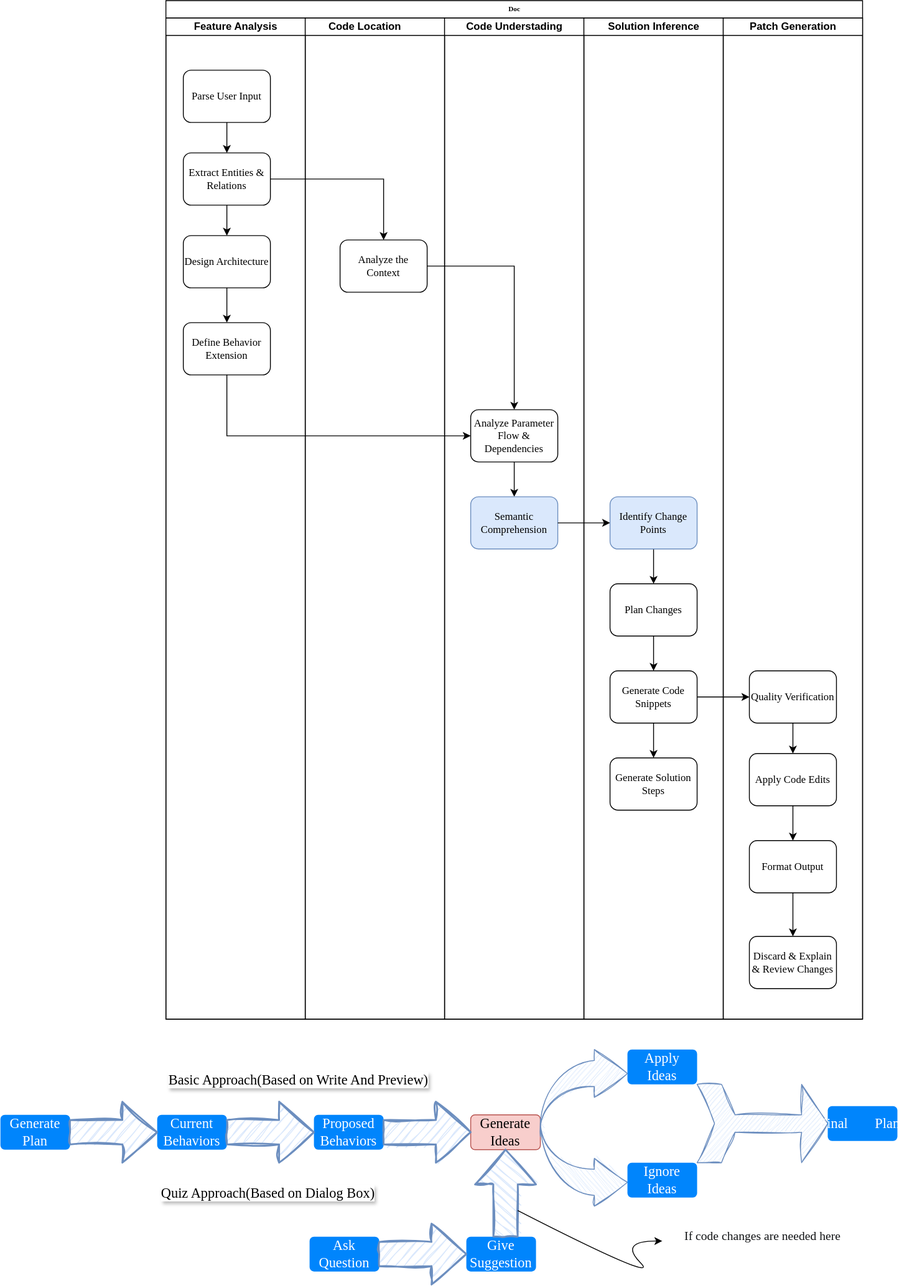
Earlier version of the draw.io export doc.svg (BullFrogDianDian/SoftEngineer). Source tidied: cells renumbered, new cells last; positions are measured from the earlier drawing's top-left corner, leaving out a move shared by most shapes.
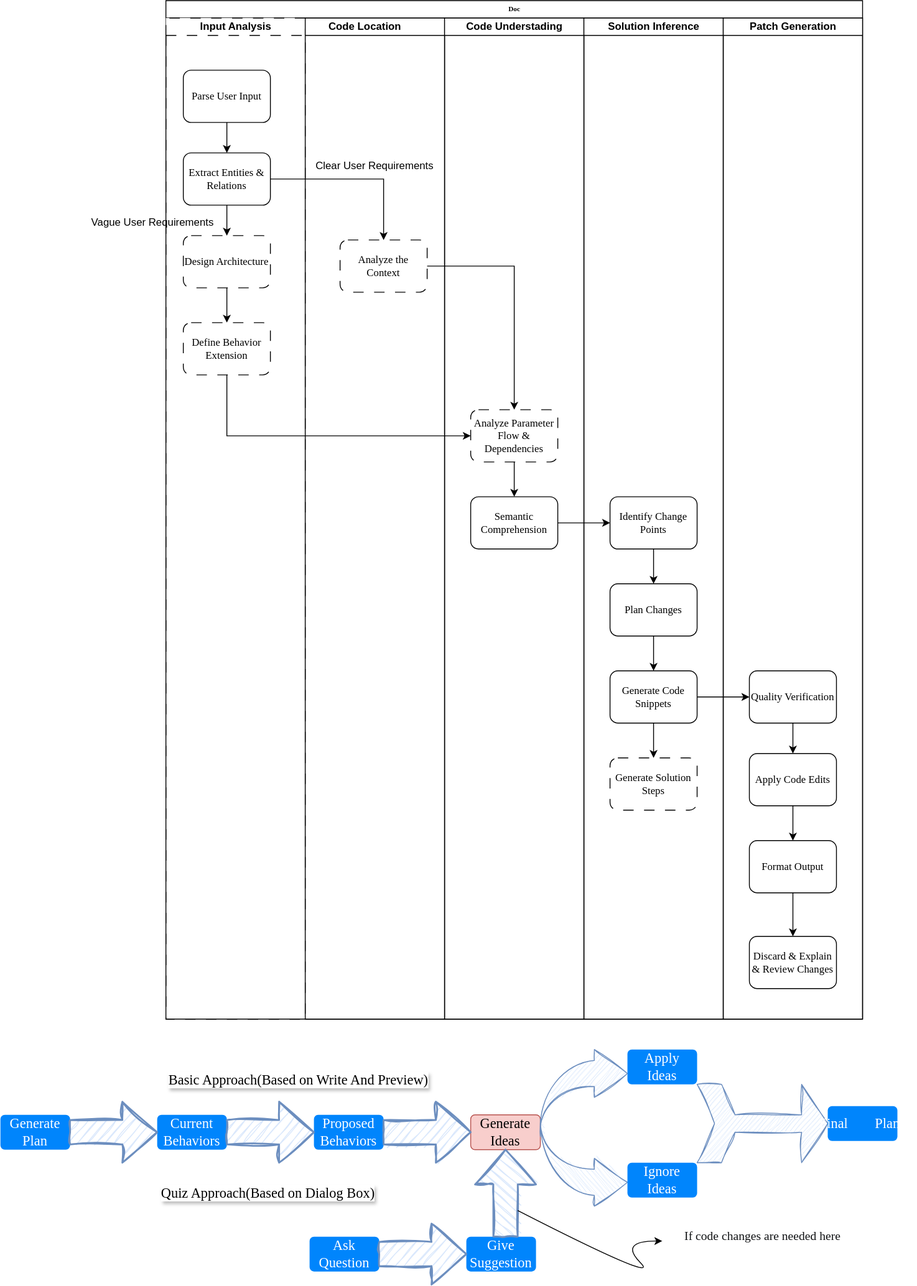
Later version of the same file.

The edit, as a diff of the source:
```diff
@@ -5,7 +5,7 @@
     <mxCell id="2" value="Doc" style="swimlane;html=1;startSize=20;rounded=0;shadow=0;labelBackgroundColor=none;strokeWidth=1;fontFamily=Verdana;fontSize=8;align=center;" parent="1" vertex="1">
       <mxGeometry x="190" width="800" height="1170" as="geometry" />
     </mxCell>
-    <mxCell id="3" value="Feature Analysis" style="swimlane;html=1;startSize=20;" parent="2" vertex="1">
+    <mxCell id="3" value="Input Analysis" style="swimlane;html=1;startSize=20;dashed=1;dashPattern=12 12;" parent="2" vertex="1">
       <mxGeometry y="20" width="160" height="1150" as="geometry" />
     </mxCell>
     <mxCell id="4" style="edgeStyle=orthogonalEdgeStyle;rounded=0;jettySize=auto;html=1;curved=0;endSize=6;startSize=6;" parent="3" edge="1" source="5" target="7">
@@ -23,28 +23,34 @@
     <mxCell id="8" style="edgeStyle=orthogonalEdgeStyle;rounded=0;jettySize=auto;html=1;endSize=6;startSize=6;curved=0;" parent="3" edge="1" source="9" target="10">
       <mxGeometry relative="1" as="geometry" />
     </mxCell>
-    <mxCell id="9" value="&lt;span style=&quot;font-size: 12px;&quot;&gt;Design Architecture&lt;/span&gt;" style="rounded=1;whiteSpace=wrap;html=1;shadow=0;labelBackgroundColor=none;strokeWidth=1;fontFamily=Verdana;fontSize=8;align=center;" parent="3" vertex="1">
+    <mxCell id="9" value="&lt;span style=&quot;font-size: 12px;&quot;&gt;Design Architecture&lt;/span&gt;" style="rounded=1;whiteSpace=wrap;html=1;shadow=0;labelBackgroundColor=none;strokeWidth=1;fontFamily=Verdana;fontSize=8;align=center;dashed=1;dashPattern=12 12;" parent="3" vertex="1">
       <mxGeometry x="20" y="250" width="100" height="60" as="geometry" />
     </mxCell>
-    <mxCell id="10" value="&lt;span style=&quot;font-size: 12px;&quot;&gt;Define Behavior Extension&lt;/span&gt;" style="rounded=1;whiteSpace=wrap;html=1;shadow=0;labelBackgroundColor=none;strokeWidth=1;fontFamily=Verdana;fontSize=8;align=center;" parent="3" vertex="1">
+    <mxCell id="10" value="&lt;span style=&quot;font-size: 12px;&quot;&gt;Define Behavior Extension&lt;/span&gt;" style="rounded=1;whiteSpace=wrap;html=1;shadow=0;labelBackgroundColor=none;strokeWidth=1;fontFamily=Verdana;fontSize=8;align=center;dashed=1;dashPattern=12 12;" parent="3" vertex="1">
       <mxGeometry x="20" y="350" width="100" height="60" as="geometry" />
     </mxCell>
+    <mxCell id="59" value="Vague User Requirements" style="text;html=1;align=center;verticalAlign=middle;whiteSpace=wrap;rounded=0;" parent="3" vertex="1">
+      <mxGeometry x="-90" y="220" width="150" height="30" as="geometry" />
+    </mxCell>
     <mxCell id="11" value="Code Location&lt;span style=&quot;white-space: pre;&quot;&gt;&#9;&lt;/span&gt;" style="swimlane;html=1;startSize=20;" parent="2" vertex="1">
       <mxGeometry x="160" y="20" width="160" height="1150" as="geometry" />
     </mxCell>
-    <mxCell id="12" value="&lt;span style=&quot;font-size: 12px;&quot;&gt;Analyze the Context&lt;/span&gt;" style="rounded=1;whiteSpace=wrap;html=1;shadow=0;labelBackgroundColor=none;strokeWidth=1;fontFamily=Verdana;fontSize=8;align=center;" parent="11" vertex="1">
+    <mxCell id="12" value="&lt;span style=&quot;font-size: 12px;&quot;&gt;Analyze the Context&lt;/span&gt;" style="rounded=1;whiteSpace=wrap;html=1;shadow=0;labelBackgroundColor=none;strokeWidth=1;fontFamily=Verdana;fontSize=8;align=center;dashed=1;dashPattern=12 12;" parent="11" vertex="1">
       <mxGeometry x="40" y="255" width="100" height="60" as="geometry" />
     </mxCell>
+    <mxCell id="60" value="Clear User Requirements" style="text;html=1;align=center;verticalAlign=middle;whiteSpace=wrap;rounded=0;" parent="11" vertex="1">
+      <mxGeometry x="5" y="155" width="150" height="30" as="geometry" />
+    </mxCell>
     <mxCell id="13" value="Code Understading" style="swimlane;html=1;startSize=20;" parent="2" vertex="1">
       <mxGeometry x="320" y="20" width="160" height="1150" as="geometry" />
     </mxCell>
     <mxCell id="14" style="edgeStyle=orthogonalEdgeStyle;rounded=0;jettySize=auto;html=1;" parent="13" edge="1" source="15" target="16">
       <mxGeometry relative="1" as="geometry" />
     </mxCell>
-    <mxCell id="15" value="&lt;font style=&quot;font-size: 12px;&quot;&gt;Analyze Parameter Flow &amp;amp; Dependencies&lt;/font&gt;" style="rounded=1;whiteSpace=wrap;html=1;shadow=0;labelBackgroundColor=none;strokeWidth=1;fontFamily=Verdana;fontSize=8;align=center;" parent="13" vertex="1">
+    <mxCell id="15" value="&lt;font style=&quot;font-size: 12px;&quot;&gt;Analyze Parameter Flow &amp;amp; Dependencies&lt;/font&gt;" style="rounded=1;whiteSpace=wrap;html=1;shadow=0;labelBackgroundColor=none;strokeWidth=1;fontFamily=Verdana;fontSize=8;align=center;dashed=1;dashPattern=12 12;" parent="13" vertex="1">
       <mxGeometry x="30" y="450" width="100" height="60" as="geometry" />
     </mxCell>
-    <mxCell id="16" value="&lt;span style=&quot;font-size: 12px;&quot;&gt;Semantic Comprehension&lt;/span&gt;" style="rounded=1;whiteSpace=wrap;html=1;shadow=0;labelBackgroundColor=none;strokeWidth=1;fontFamily=Verdana;fontSize=8;align=center;fillColor=#dae8fc;strokeColor=#6c8ebf;" parent="13" vertex="1">
+    <mxCell id="16" value="&lt;span style=&quot;font-size: 12px;&quot;&gt;Semantic Comprehension&lt;/span&gt;" style="rounded=1;whiteSpace=wrap;html=1;shadow=0;labelBackgroundColor=none;strokeWidth=1;fontFamily=Verdana;fontSize=8;align=center;" parent="13" vertex="1">
       <mxGeometry x="30" y="550" width="100" height="60" as="geometry" />
     </mxCell>
     <mxCell id="17" value="Solution Inference" style="swimlane;html=1;startSize=20;" parent="2" vertex="1">
@@ -53,7 +59,7 @@
     <mxCell id="18" style="edgeStyle=orthogonalEdgeStyle;rounded=0;jettySize=auto;html=1;" parent="17" edge="1" source="19" target="21">
       <mxGeometry relative="1" as="geometry" />
     </mxCell>
-    <mxCell id="19" value="&lt;font style=&quot;font-size: 12px;&quot;&gt;Identify Change Points&lt;/font&gt;" style="rounded=1;whiteSpace=wrap;html=1;shadow=0;labelBackgroundColor=none;strokeWidth=1;fontFamily=Verdana;fontSize=8;align=center;fillColor=#dae8fc;strokeColor=#6c8ebf;" parent="17" vertex="1">
+    <mxCell id="19" value="&lt;font style=&quot;font-size: 12px;&quot;&gt;Identify Change Points&lt;/font&gt;" style="rounded=1;whiteSpace=wrap;html=1;shadow=0;labelBackgroundColor=none;strokeWidth=1;fontFamily=Verdana;fontSize=8;align=center;" parent="17" vertex="1">
       <mxGeometry x="30" y="550" width="100" height="60" as="geometry" />
     </mxCell>
     <mxCell id="20" style="edgeStyle=orthogonalEdgeStyle;rounded=0;jettySize=auto;html=1;" parent="17" edge="1" source="21" target="23">
@@ -68,7 +74,7 @@
     <mxCell id="23" value="&lt;span style=&quot;font-size: 12px;&quot;&gt;Generate Code Snippets&lt;/span&gt;" style="rounded=1;whiteSpace=wrap;html=1;shadow=0;labelBackgroundColor=none;strokeWidth=1;fontFamily=Verdana;fontSize=8;align=center;" parent="17" vertex="1">
       <mxGeometry x="30" y="750" width="100" height="60" as="geometry" />
     </mxCell>
-    <mxCell id="24" value="&lt;span style=&quot;font-size: 12px;&quot;&gt;Generate Solution Steps&lt;/span&gt;" style="rounded=1;whiteSpace=wrap;html=1;shadow=0;labelBackgroundColor=none;strokeWidth=1;fontFamily=Verdana;fontSize=8;align=center;" parent="17" vertex="1">
+    <mxCell id="24" value="&lt;span style=&quot;font-size: 12px;&quot;&gt;Generate Solution Steps&lt;/span&gt;" style="rounded=1;whiteSpace=wrap;html=1;shadow=0;labelBackgroundColor=none;strokeWidth=1;fontFamily=Verdana;fontSize=8;align=center;dashed=1;dashPattern=12 12;" parent="17" vertex="1">
       <mxGeometry x="30" y="850" width="100" height="60" as="geometry" />
     </mxCell>
     <mxCell id="25" value="Patch Generation" style="swimlane;html=1;startSize=20;" parent="2" vertex="1">
```
